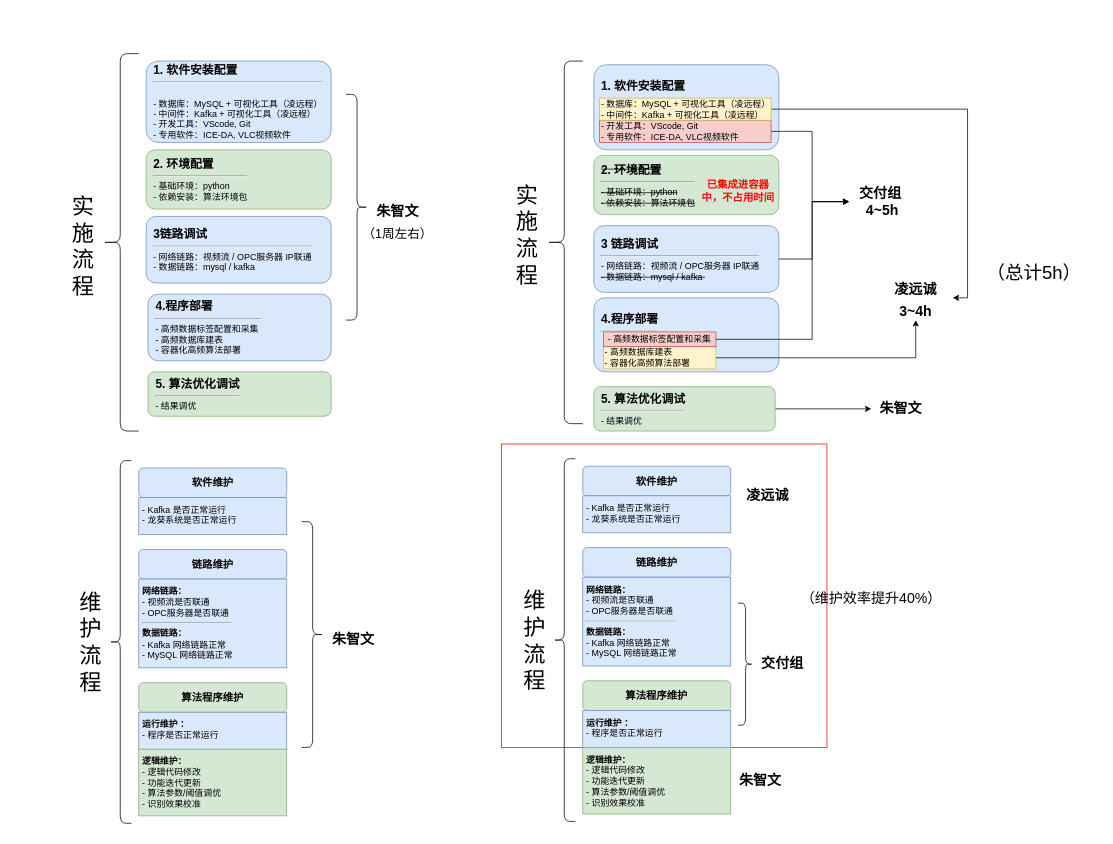
Earlier version of the draw.io diagram 实施流程图1.drawio (729973389/picture). Source tidied: cells renumbered, new cells numbered last; positions are measured from the earlier drawing's top-left corner, leaving out a move shared by most shapes. Both pictures are drawn from the tidied source at 74%, with x=0, y=0 at pixel (72, 53).
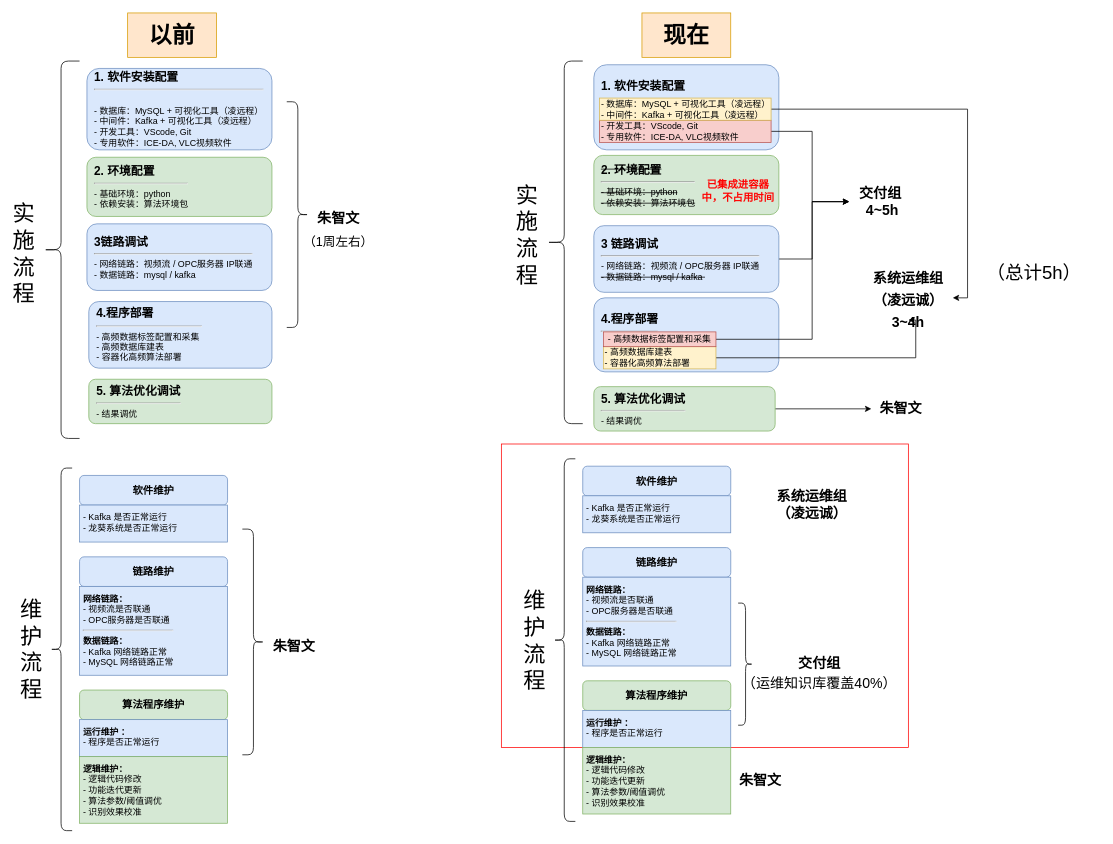
Above is the later version.

Commit message:
更新实施流程图1.drawio

Change to the diagram source:
```diff
@@
+    <mxCell id="60" style="rounded=0;whiteSpace=wrap;html=1;fillColor=#ffe6cc;strokeColor=#d79b00;" parent="1" vertex="1">
+      <mxGeometry x="770" y="-55" width="120" height="60" as="geometry" />
+    </mxCell>
+    <mxCell id="61" style="rounded=0;whiteSpace=wrap;html=1;fillColor=#ffe6cc;strokeColor=#d79b00;" parent="1" vertex="1">
+      <mxGeometry x="75" y="-55" width="120" height="60" as="geometry" />
+    </mxCell>
     <mxCell id="2" value="软件维护" style="rounded=1;whiteSpace=wrap;html=1;fontStyle=1;fontSize=14;fillColor=#dae8fc;strokeColor=#6c8ebf;" parent="1" vertex="1">
-      <mxGeometry x="90" y="560" width="200" height="40" as="geometry" />
+      <mxGeometry x="10" y="570" width="200" height="40" as="geometry" />
     </mxCell>
     <mxCell id="3" value="- Kafka 是否正常运行&lt;br&gt;- 龙葵系统是否正常运行" style="text;html=1;align=left;verticalAlign=top;whiteSpace=wrap;rounded=0;spacing=5;fillColor=#dae8fc;strokeColor=#6c8ebf;" parent="1" vertex="1">
-      <mxGeometry x="90" y="600" width="200" height="50" as="geometry" />
+      <mxGeometry x="10" y="610" width="200" height="50" as="geometry" />
     </mxCell>
     <mxCell id="4" value="链路维护" style="rounded=1;whiteSpace=wrap;html=1;fontStyle=1;fontSize=14;fillColor=#dae8fc;strokeColor=#6c8ebf;" parent="1" vertex="1">
-      <mxGeometry x="90" y="670" width="200" height="40" as="geometry" />
+      <mxGeometry x="10" y="680" width="200" height="40" as="geometry" />
     </mxCell>
     <mxCell id="5" value="&lt;b&gt;网络链路：&lt;/b&gt;&lt;br&gt;- 视频流是否联通&lt;br&gt;- OPC服务器是否联通&lt;br&gt;&lt;hr&gt;&lt;b&gt;数据链路：&lt;/b&gt;&lt;br&gt;- Kafka 网络链路正常&lt;br&gt;- MySQL 网络链路正常" style="text;html=1;align=left;verticalAlign=top;whiteSpace=wrap;rounded=0;spacing=5;fillColor=#dae8fc;strokeColor=#6c8ebf;" parent="1" vertex="1">
-      <mxGeometry x="90" y="710" width="200" height="120" as="geometry" />
+      <mxGeometry x="10" y="720" width="200" height="120" as="geometry" />
     </mxCell>
     <mxCell id="6" value="算法程序维护" style="rounded=1;whiteSpace=wrap;html=1;fillColor=#d5e8d4;strokeColor=#82b366;fontStyle=1;fontSize=14;" parent="1" vertex="1">
-      <mxGeometry x="90" y="850" width="200" height="40" as="geometry" />
+      <mxGeometry x="10" y="860" width="200" height="40" as="geometry" />
     </mxCell>
     <mxCell id="7" value="&lt;b&gt;运行维护 ：&lt;/b&gt;&lt;br&gt;- 程序是否正常运行" style="text;html=1;strokeColor=#6c8ebf;fillColor=#dae8fc;align=left;verticalAlign=top;whiteSpace=wrap;rounded=0;spacing=5;" parent="1" vertex="1">
-      <mxGeometry x="90" y="890" width="200" height="50" as="geometry" />
+      <mxGeometry x="10" y="900" width="200" height="50" as="geometry" />
     </mxCell>
     <mxCell id="8" value="&lt;div&gt;&lt;b style=&quot;background-color: transparent; color: light-dark(rgb(0, 0, 0), rgb(255, 255, 255));&quot;&gt;逻辑维护：&lt;/b&gt;&lt;/div&gt;&lt;div&gt;- 逻辑代码修改&lt;/div&gt;&lt;div&gt;- 功能迭代更新&lt;/div&gt;&lt;div&gt;- 算法参数/阈值调优&lt;/div&gt;&lt;div&gt;- 识别效果校准&lt;/div&gt;" style="text;html=1;strokeColor=#82b366;fillColor=#d5e8d4;align=left;verticalAlign=top;whiteSpace=wrap;rounded=0;spacing=5;" parent="1" vertex="1">
-      <mxGeometry x="90" y="940" width="200" height="90" as="geometry" />
+      <mxGeometry x="10" y="950" width="200" height="90" as="geometry" />
     </mxCell>
     <mxCell id="9" style="shape=curlyBracket;whiteSpace=wrap;html=1;rounded=1;labelPosition=left;verticalLabelPosition=middle;align=right;verticalAlign=middle;" parent="1" vertex="1">
-      <mxGeometry x="50" y="550" width="30" height="490" as="geometry" />
+      <mxGeometry x="-30" y="560" width="30" height="490" as="geometry" />
     </mxCell>
     <mxCell id="10" value="&lt;font style=&quot;font-size: 30px;&quot;&gt;维护流程&lt;/font&gt;" style="text;html=1;whiteSpace=wrap;strokeColor=none;fillColor=none;align=center;verticalAlign=middle;rounded=0;" parent="1" vertex="1">
-      <mxGeometry x="10" y="690" width="30" height="210" as="geometry" />
+      <mxGeometry x="-70" y="700" width="30" height="210" as="geometry" />
     </mxCell>
@@
-    <mxCell id="22" value="&lt;b style=&quot;font-size: 12px;&quot;&gt;&lt;font style=&quot;font-size: 19px;&quot;&gt;凌远诚&lt;/font&gt;&lt;/b&gt;&lt;div&gt;&lt;b style=&quot;font-size: 12px;&quot;&gt;&lt;font style=&quot;font-size: 19px;&quot;&gt;3~4h&lt;/font&gt;&lt;/b&gt;&lt;/div&gt;" style="text;html=1;whiteSpace=wrap;strokeColor=none;fillColor=none;align=center;verticalAlign=middle;rounded=0;fontSize=25;" parent="1" vertex="1">
-      <mxGeometry x="1090" y="300" width="100" height="60" as="geometry" />
+    <mxCell id="22" value="&lt;b style=&quot;font-size: 12px;&quot;&gt;&lt;font style=&quot;font-size: 19px;&quot;&gt;系统运维组（凌远诚）&lt;/font&gt;&lt;/b&gt;&lt;div&gt;&lt;b style=&quot;font-size: 12px;&quot;&gt;&lt;font style=&quot;font-size: 19px;&quot;&gt;3~4h&lt;/font&gt;&lt;/b&gt;&lt;/div&gt;" style="text;html=1;whiteSpace=wrap;strokeColor=none;fillColor=none;align=center;verticalAlign=middle;rounded=0;fontSize=25;" parent="1" vertex="1">
+      <mxGeometry x="1070" y="300" width="120" height="60" as="geometry" />
     </mxCell>
@@
     <mxCell id="26" value="&lt;b&gt;&lt;font style=&quot;font-size: 16px;&quot;&gt;1. 软件安装配置&lt;/font&gt;&lt;/b&gt;&lt;br&gt;&lt;hr&gt;&lt;br&gt;- 数据库：MySQL + 可视化工具（凌远程）&lt;br&gt;- 中间件：Kafka + 可视化工具（凌远程）&lt;div&gt;- 开发工具：VScode, Git&lt;br&gt;- 专用软件：ICE-DA, VLC视频软件&lt;/div&gt;" style="rounded=1;whiteSpace=wrap;html=1;align=left;spacing=10;fillColor=#dae8fc;strokeColor=#6c8ebf;" parent="1" vertex="1">
-      <mxGeometry x="100" y="10" width="250" height="110" as="geometry" />
+      <mxGeometry x="20" y="20" width="250" height="110" as="geometry" />
     </mxCell>
     <mxCell id="27" value="&lt;b&gt;&lt;font style=&quot;font-size: 16px;&quot;&gt;2. 环境配置&lt;/font&gt;&lt;/b&gt;&lt;br&gt;&lt;hr&gt;- 基础环境：python&lt;br&gt;- 依赖安装：算法环境包" style="rounded=1;whiteSpace=wrap;html=1;align=left;spacing=10;fillColor=#d5e8d4;strokeColor=#82b366;" parent="1" vertex="1">
-      <mxGeometry x="100" y="130" width="250" height="80" as="geometry" />
+      <mxGeometry x="20" y="140" width="250" height="80" as="geometry" />
     </mxCell>
     <mxCell id="28" value="&lt;b&gt;&lt;font style=&quot;font-size: 16px;&quot;&gt;3链路调试&lt;/font&gt;&lt;/b&gt;&lt;br&gt;&lt;hr&gt;- 网络链路：视频流 / OPC服务器 IP联通&lt;div&gt;- 数据链路：mysql / kafka&amp;nbsp;&lt;/div&gt;" style="rounded=1;whiteSpace=wrap;html=1;align=left;spacing=10;fillColor=#dae8fc;strokeColor=#6c8ebf;" parent="1" vertex="1">
-      <mxGeometry x="100" y="220" width="250" height="90" as="geometry" />
+      <mxGeometry x="20" y="230" width="250" height="90" as="geometry" />
     </mxCell>
     <mxCell id="29" value="&lt;b&gt;&lt;font style=&quot;font-size: 16px;&quot;&gt;4.程序部署&lt;/font&gt;&lt;/b&gt;&lt;br&gt;&lt;hr&gt;- 高频数据标签配置和采集&amp;nbsp;&lt;br&gt;&lt;div&gt;- 高频数据库建表&amp;nbsp; &amp;nbsp;&lt;br&gt;-&amp;nbsp;&lt;span style=&quot;background-color: transparent; color: light-dark(rgb(0, 0, 0), rgb(255, 255, 255));&quot;&gt;容器化&lt;/span&gt;&lt;span style=&quot;background-color: transparent; color: light-dark(rgb(0, 0, 0), rgb(255, 255, 255));&quot;&gt;高频算法部署&amp;nbsp;&amp;nbsp;&lt;/span&gt;&lt;/div&gt;" style="rounded=1;whiteSpace=wrap;html=1;align=left;spacing=10;fillColor=#dae8fc;strokeColor=#6c8ebf;" parent="1" vertex="1">
-      <mxGeometry x="102.5" y="325" width="247.5" height="90" as="geometry" />
+      <mxGeometry x="22.5" y="335" width="247.5" height="90" as="geometry" />
     </mxCell>
     <mxCell id="30" value="&lt;b&gt;&lt;font style=&quot;font-size: 16px;&quot;&gt;5. 算法优化调试&lt;/font&gt;&lt;/b&gt;&lt;br&gt;&lt;hr&gt;- 结果调优" style="rounded=1;whiteSpace=wrap;html=1;align=left;spacing=10;fillColor=#d5e8d4;strokeColor=#82b366;" parent="1" vertex="1">
-      <mxGeometry x="102.5" y="430" width="247.5" height="60" as="geometry" />
+      <mxGeometry x="22.5" y="440" width="247.5" height="60" as="geometry" />
     </mxCell>
     <mxCell id="31" style="shape=curlyBracket;whiteSpace=wrap;html=1;rounded=1;labelPosition=left;verticalLabelPosition=middle;align=right;verticalAlign=middle;" parent="1" vertex="1">
-      <mxGeometry x="40" width="50" height="510" as="geometry" />
+      <mxGeometry x="-40" y="10" width="50" height="510" as="geometry" />
     </mxCell>
     <mxCell id="32" value="&lt;font style=&quot;font-size: 30px;&quot;&gt;实施流程&lt;/font&gt;" style="text;html=1;whiteSpace=wrap;strokeColor=none;fillColor=none;align=center;verticalAlign=middle;rounded=0;" parent="1" vertex="1">
-      <mxGeometry y="175" width="30" height="170" as="geometry" />
+      <mxGeometry x="-80" y="185" width="30" height="170" as="geometry" />
     </mxCell>
     <mxCell id="33" style="shape=curlyBracket;whiteSpace=wrap;html=1;rounded=1;flipH=1;labelPosition=right;verticalLabelPosition=middle;align=left;verticalAlign=middle;legacyAnchorPoints=0;" parent="1" vertex="1">
-      <mxGeometry x="310" y="632.5" width="30" height="305" as="geometry" />
+      <mxGeometry x="230" y="642.5" width="30" height="305" as="geometry" />
     </mxCell>
     <mxCell id="34" value="&lt;span style=&quot;font-size: 19px;&quot;&gt;&lt;b&gt;朱智文&lt;/b&gt;&lt;/span&gt;&lt;div&gt;&lt;br&gt;&lt;/div&gt;" style="text;html=1;whiteSpace=wrap;strokeColor=none;fillColor=none;align=center;verticalAlign=middle;rounded=0;" parent="1" vertex="1">
-      <mxGeometry x="340" y="777.5" width="80" height="42.5" as="geometry" />
+      <mxGeometry x="260" y="787.5" width="80" height="42.5" as="geometry" />
     </mxCell>
@@
     <mxCell id="36" style="rounded=0;whiteSpace=wrap;html=1;fillStyle=auto;fillColor=none;strokeColor=#FF0000;" parent="1" vertex="1">
-      <mxGeometry x="580" y="527.5" width="440" height="410" as="geometry" />
+      <mxGeometry x="580" y="527.5" width="550" height="410" as="geometry" />
     </mxCell>
@@
-    <mxCell id="46" value="&lt;b&gt;&lt;font style=&quot;font-size: 19px;&quot;&gt;凌远诚&lt;/font&gt;&lt;/b&gt;" style="text;html=1;whiteSpace=wrap;strokeColor=none;fillColor=none;align=center;verticalAlign=middle;rounded=0;" parent="1" vertex="1">
-      <mxGeometry x="850" y="557.5" width="180" height="80" as="geometry" />
+    <mxCell id="46" value="&lt;b&gt;&lt;font style=&quot;font-size: 19px;&quot;&gt;系统运维组（凌远诚）&lt;/font&gt;&lt;/b&gt;" style="text;html=1;whiteSpace=wrap;strokeColor=none;fillColor=none;align=center;verticalAlign=middle;rounded=0;" parent="1" vertex="1">
+      <mxGeometry x="935" y="570" width="130" height="80" as="geometry" />
     </mxCell>
     <mxCell id="47" value="&lt;span style=&quot;font-size: 19px;&quot;&gt;&lt;b&gt;交付组&lt;/b&gt;&lt;/span&gt;" style="text;html=1;whiteSpace=wrap;strokeColor=none;fillColor=none;align=center;verticalAlign=middle;rounded=0;" parent="1" vertex="1">
-      <mxGeometry x="870" y="785" width="180" height="80" as="geometry" />
+      <mxGeometry x="920" y="785" width="180" height="80" as="geometry" />
     </mxCell>
@@
-    <mxCell id="49" value="&lt;font style=&quot;font-size: 19px;&quot;&gt;（维护效率提升40%）&lt;/font&gt;" style="text;html=1;whiteSpace=wrap;strokeColor=none;fillColor=none;align=center;verticalAlign=middle;rounded=0;fontSize=25;" parent="1" vertex="1">
-      <mxGeometry x="970" y="705" width="220" height="55" as="geometry" />
+    <mxCell id="49" value="&lt;font style=&quot;font-size: 19px;&quot;&gt;（运维知识库覆盖40%）&lt;/font&gt;" style="text;html=1;whiteSpace=wrap;strokeColor=none;fillColor=none;align=center;verticalAlign=middle;rounded=0;fontSize=25;" parent="1" vertex="1">
+      <mxGeometry x="900" y="820" width="220" height="55" as="geometry" />
     </mxCell>
@@
     <mxCell id="51" style="shape=curlyBracket;whiteSpace=wrap;html=1;rounded=1;flipH=1;labelPosition=right;verticalLabelPosition=middle;align=left;verticalAlign=middle;legacyAnchorPoints=0;" parent="1" vertex="1">
-      <mxGeometry x="370" y="55" width="30" height="305" as="geometry" />
+      <mxGeometry x="290" y="65" width="30" height="305" as="geometry" />
     </mxCell>
     <mxCell id="52" value="&lt;span style=&quot;font-size: 19px;&quot;&gt;&lt;b&gt;朱智文&lt;/b&gt;&lt;/span&gt;&lt;div&gt;&lt;br&gt;&lt;/div&gt;" style="text;html=1;whiteSpace=wrap;strokeColor=none;fillColor=none;align=center;verticalAlign=middle;rounded=0;" parent="1" vertex="1">
-      <mxGeometry x="400" y="200" width="80" height="42.5" as="geometry" />
+      <mxGeometry x="320" y="210" width="80" height="42.5" as="geometry" />
     </mxCell>
     <mxCell id="53" value="&lt;font style=&quot;font-size: 17px;&quot;&gt;（1周左右）&lt;/font&gt;" style="text;html=1;whiteSpace=wrap;strokeColor=none;fillColor=none;align=center;verticalAlign=middle;rounded=0;fontSize=25;" parent="1" vertex="1">
-      <mxGeometry x="350" y="212.5" width="180" height="55" as="geometry" />
+      <mxGeometry x="270" y="222.5" width="180" height="55" as="geometry" />
     </mxCell>
@@
+    <mxCell id="62" value="&lt;font style=&quot;font-size: 31px;&quot;&gt;&lt;b&gt;以前&lt;/b&gt;&lt;/font&gt;" style="text;html=1;whiteSpace=wrap;strokeColor=none;fillColor=none;align=center;verticalAlign=middle;rounded=0;" parent="1" vertex="1">
+      <mxGeometry x="30" y="-40" width="210" height="30" as="geometry" />
+    </mxCell>
+    <mxCell id="63" value="&lt;font style=&quot;font-size: 31px;&quot;&gt;&lt;b&gt;现在&lt;/b&gt;&lt;/font&gt;" style="text;html=1;whiteSpace=wrap;strokeColor=none;fillColor=none;align=center;verticalAlign=middle;rounded=0;" parent="1" vertex="1">
+      <mxGeometry x="725" y="-40" width="210" height="30" as="geometry" />
+    </mxCell>
```
